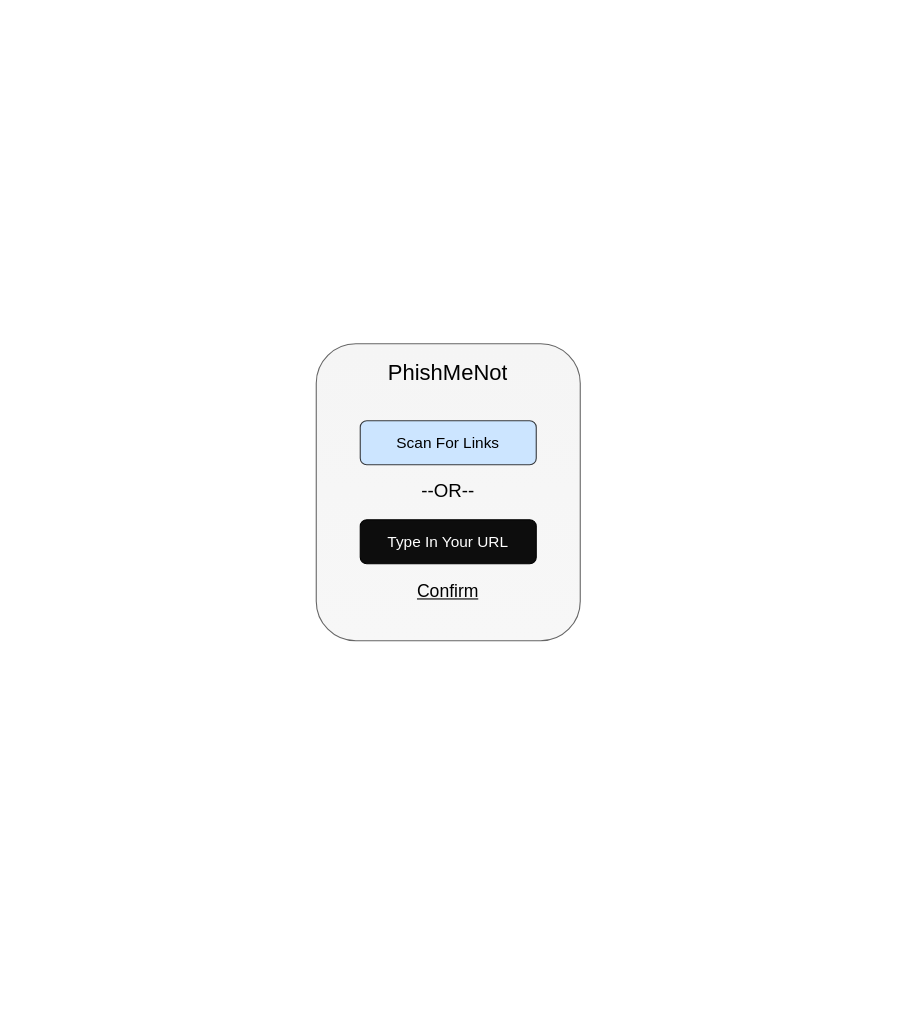
Before: Untitled Diagram.drawio in azhbbx3/PhishMeNot, a draw.io diagram. Source tidied: cells renumbered, new cells numbered last; positions are measured from the earlier drawing's top-left corner, leaving out a move shared by most shapes. Both pictures are drawn from the tidied source at 110%, with x=0, y=0 at pixel (316, 343). Pictures stored in the file or linked from it are replaced by grey dashed boxes.
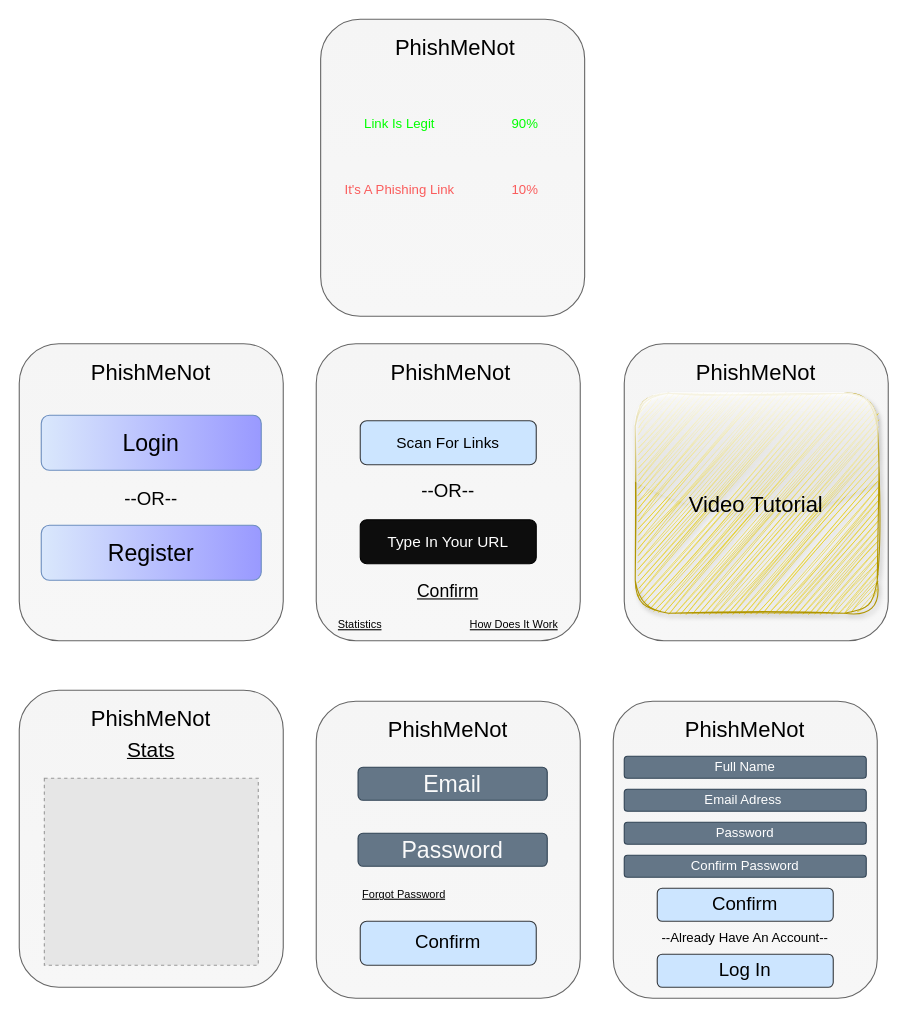
After the change.

What changed in the source:
```diff
@@
+    <mxCell id="10" style="rounded=1;whiteSpace=wrap;html=1;fillColor=#f5f5f5;gradientColor=#F7F7F7;strokeColor=#666666;" parent="1" vertex="1">
+      <mxGeometry x="270" y="325" width="240" height="270" as="geometry" />
+    </mxCell>
@@
     <mxCell id="3" value="&lt;font style=&quot;font-size: 20px;&quot;&gt;PhishMeNot&lt;/font&gt;" style="text;strokeColor=none;fillColor=none;align=center;verticalAlign=middle;spacingLeft=4;spacingRight=4;overflow=hidden;whiteSpace=wrap;html=1;" parent="1" vertex="1">
-      <mxGeometry x="55" y="10" width="130" height="30" as="geometry" />
+      <mxGeometry x="60" y="10" width="125" height="30" as="geometry" />
     </mxCell>
@@
+    <mxCell id="11" style="rounded=1;whiteSpace=wrap;html=1;fillColor=#f5f5f5;gradientColor=#F7F7F7;strokeColor=#666666;" parent="1" vertex="1">
+      <mxGeometry x="-270" width="240" height="270" as="geometry" />
+    </mxCell>
+    <mxCell id="12" value="&lt;font style=&quot;font-size: 20px;&quot;&gt;PhishMeNot&lt;/font&gt;" style="text;strokeColor=none;fillColor=none;align=center;verticalAlign=middle;spacingLeft=4;spacingRight=4;overflow=hidden;whiteSpace=wrap;html=1;" parent="1" vertex="1">
+      <mxGeometry x="-215" y="10" width="130" height="30" as="geometry" />
+    </mxCell>
+    <mxCell id="13" style="rounded=1;whiteSpace=wrap;html=1;fillColor=#dae8fc;strokeColor=#6c8ebf;gradientColor=#9999FF;gradientDirection=east;" parent="1" vertex="1">
+      <mxGeometry x="-250" y="65" width="200" height="50" as="geometry" />
+    </mxCell>
+    <mxCell id="14" value="&lt;font style=&quot;font-size: 21px;&quot;&gt;Login&lt;/font&gt;" style="text;html=1;strokeColor=none;fillColor=none;align=center;verticalAlign=middle;whiteSpace=wrap;rounded=0;" parent="1" vertex="1">
+      <mxGeometry x="-180" y="75" width="60" height="30" as="geometry" />
+    </mxCell>
+    <mxCell id="15" style="rounded=1;whiteSpace=wrap;html=1;fillColor=#dae8fc;strokeColor=#6c8ebf;gradientColor=#9999FF;gradientDirection=east;" parent="1" vertex="1">
+      <mxGeometry x="-250" y="165" width="200" height="50" as="geometry" />
+    </mxCell>
+    <mxCell id="16" value="&lt;font style=&quot;font-size: 21px;&quot;&gt;Register&lt;/font&gt;" style="text;html=1;strokeColor=none;fillColor=none;align=center;verticalAlign=middle;whiteSpace=wrap;rounded=0;" parent="1" vertex="1">
+      <mxGeometry x="-180" y="175" width="60" height="30" as="geometry" />
+    </mxCell>
+    <mxCell id="17" value="&lt;font style=&quot;font-size: 17px;&quot;&gt;--OR--&lt;/font&gt;" style="text;strokeColor=none;fillColor=none;align=center;verticalAlign=middle;spacingLeft=4;spacingRight=4;overflow=hidden;whiteSpace=wrap;html=1;" parent="1" vertex="1">
+      <mxGeometry x="-190" y="127" width="80" height="30" as="geometry" />
+    </mxCell>
+    <mxCell id="18" style="rounded=1;whiteSpace=wrap;html=1;fillColor=#f5f5f5;gradientColor=#F7F7F7;strokeColor=#666666;" parent="1" vertex="1">
+      <mxGeometry x="280" width="240" height="270" as="geometry" />
+    </mxCell>
+    <mxCell id="19" value="&lt;font style=&quot;font-size: 20px;&quot;&gt;PhishMeNot&lt;/font&gt;" style="text;strokeColor=none;fillColor=none;align=center;verticalAlign=middle;spacingLeft=4;spacingRight=4;overflow=hidden;whiteSpace=wrap;html=1;" parent="1" vertex="1">
+      <mxGeometry x="335" y="10" width="130" height="30" as="geometry" />
+    </mxCell>
+    <mxCell id="20" value="&lt;font size=&quot;1&quot; style=&quot;&quot;&gt;&lt;u style=&quot;&quot;&gt;How Does It Work&lt;/u&gt;&lt;/font&gt;" style="text;strokeColor=none;fillColor=none;align=center;verticalAlign=middle;spacingLeft=4;spacingRight=4;overflow=hidden;whiteSpace=wrap;html=1;" parent="1" vertex="1">
+      <mxGeometry x="130" y="240" width="100" height="30" as="geometry" />
+    </mxCell>
+    <mxCell id="21" value="&lt;font style=&quot;font-size: 20px;&quot;&gt;Video Tutorial&lt;/font&gt;" style="rounded=1;whiteSpace=wrap;html=1;fillColor=#e3c800;fontColor=#000000;strokeColor=#B09500;glass=1;shadow=1;sketch=1;curveFitting=1;jiggle=2;" parent="1" vertex="1">
+      <mxGeometry x="290" y="45" width="220" height="200" as="geometry" />
+    </mxCell>
+    <mxCell id="22" value="&lt;font size=&quot;1&quot; style=&quot;&quot;&gt;&lt;u style=&quot;&quot;&gt;Statistics&lt;/u&gt;&lt;/font&gt;" style="text;strokeColor=none;fillColor=none;align=center;verticalAlign=middle;spacingLeft=4;spacingRight=4;overflow=hidden;whiteSpace=wrap;html=1;" parent="1" vertex="1">
+      <mxGeometry x="-10" y="240" width="100" height="30" as="geometry" />
+    </mxCell>
+    <mxCell id="23" style="rounded=1;whiteSpace=wrap;html=1;fillColor=#f5f5f5;gradientColor=#F7F7F7;strokeColor=#666666;" parent="1" vertex="1">
+      <mxGeometry x="-270" y="315" width="240" height="270" as="geometry" />
+    </mxCell>
+    <mxCell id="24" value="&lt;font style=&quot;font-size: 20px;&quot;&gt;PhishMeNot&lt;/font&gt;" style="text;strokeColor=none;fillColor=none;align=center;verticalAlign=middle;spacingLeft=4;spacingRight=4;overflow=hidden;whiteSpace=wrap;html=1;" parent="1" vertex="1">
+      <mxGeometry x="-215" y="325" width="130" height="30" as="geometry" />
+    </mxCell>
+    <mxCell id="25" value="&lt;font style=&quot;font-size: 19px;&quot;&gt;&lt;u style=&quot;&quot;&gt;Stats&lt;/u&gt;&lt;/font&gt;" style="text;strokeColor=none;fillColor=none;align=center;verticalAlign=middle;spacingLeft=4;spacingRight=4;overflow=hidden;whiteSpace=wrap;html=1;" parent="1" vertex="1">
+      <mxGeometry x="-190" y="355" width="80" height="30" as="geometry" />
+    </mxCell>
+    <mxCell id="26" style="fillColor=#E6E6E6;strokeColor=#999999;dashed=1;verticalLabelPosition=bottom;labelBackgroundColor=default;verticalAlign=top;" parent="1" vertex="1">
+      <mxGeometry x="-247.2" y="395" width="194.5" height="170" as="geometry" />
+    </mxCell>
+    <mxCell id="27" style="rounded=1;whiteSpace=wrap;html=1;fillColor=#f5f5f5;gradientColor=#F7F7F7;strokeColor=#666666;" parent="1" vertex="1">
+      <mxGeometry y="325" width="240" height="270" as="geometry" />
+    </mxCell>
+    <mxCell id="28" value="&lt;font style=&quot;font-size: 20px;&quot;&gt;PhishMeNot&lt;/font&gt;" style="text;strokeColor=none;fillColor=none;align=center;verticalAlign=middle;spacingLeft=4;spacingRight=4;overflow=hidden;whiteSpace=wrap;html=1;" parent="1" vertex="1">
+      <mxGeometry x="55" y="335" width="130" height="30" as="geometry" />
+    </mxCell>
+    <mxCell id="29" style="rounded=1;whiteSpace=wrap;html=1;fillColor=#647687;strokeColor=#314354;gradientDirection=east;fontColor=#ffffff;" parent="1" vertex="1">
+      <mxGeometry x="38" y="385" width="172" height="30" as="geometry" />
+    </mxCell>
+    <mxCell id="30" value="&lt;font color=&quot;#fafafa&quot; style=&quot;font-size: 21px;&quot;&gt;Email&lt;/font&gt;" style="text;html=1;strokeColor=none;fillColor=none;align=center;verticalAlign=middle;whiteSpace=wrap;rounded=0;" parent="1" vertex="1">
+      <mxGeometry x="94" y="385" width="60" height="30" as="geometry" />
+    </mxCell>
+    <mxCell id="31" style="rounded=1;whiteSpace=wrap;html=1;fillColor=#647687;strokeColor=#314354;gradientDirection=east;fontColor=#ffffff;" parent="1" vertex="1">
+      <mxGeometry x="38" y="445" width="172" height="30" as="geometry" />
+    </mxCell>
+    <mxCell id="32" value="&lt;font color=&quot;#fafafa&quot; style=&quot;font-size: 21px;&quot;&gt;Password&lt;/font&gt;" style="text;html=1;strokeColor=none;fillColor=none;align=center;verticalAlign=middle;whiteSpace=wrap;rounded=0;" parent="1" vertex="1">
+      <mxGeometry x="94" y="445" width="60" height="30" as="geometry" />
+    </mxCell>
+    <mxCell id="33" value="&lt;font size=&quot;1&quot; style=&quot;&quot;&gt;&lt;u style=&quot;&quot;&gt;Forgot Password&lt;/u&gt;&lt;/font&gt;" style="text;strokeColor=none;fillColor=none;align=center;verticalAlign=middle;spacingLeft=4;spacingRight=4;overflow=hidden;whiteSpace=wrap;html=1;" parent="1" vertex="1">
+      <mxGeometry x="30" y="485" width="100" height="30" as="geometry" />
+    </mxCell>
+    <mxCell id="34" value="&lt;font style=&quot;font-size: 17px;&quot;&gt;Confirm&lt;/font&gt;" style="rounded=1;whiteSpace=wrap;html=1;fillColor=#cce5ff;strokeColor=#36393d;" parent="1" vertex="1">
+      <mxGeometry x="40" y="525" width="160" height="40" as="geometry" />
+    </mxCell>
+    <mxCell id="35" value="&lt;font style=&quot;font-size: 20px;&quot;&gt;PhishMeNot&lt;/font&gt;" style="text;strokeColor=none;fillColor=none;align=center;verticalAlign=middle;spacingLeft=4;spacingRight=4;overflow=hidden;whiteSpace=wrap;html=1;" parent="1" vertex="1">
+      <mxGeometry x="325" y="335" width="130" height="30" as="geometry" />
+    </mxCell>
+    <mxCell id="36" value="Full Name" style="rounded=1;whiteSpace=wrap;html=1;fillColor=#647687;strokeColor=#314354;gradientDirection=east;fontColor=#ffffff;" parent="1" vertex="1">
+      <mxGeometry x="280" y="375" width="220" height="20" as="geometry" />
+    </mxCell>
+    <mxCell id="37" value="&lt;font style=&quot;font-size: 17px;&quot;&gt;Confirm&lt;/font&gt;" style="rounded=1;whiteSpace=wrap;html=1;fillColor=#cce5ff;strokeColor=#36393d;" parent="1" vertex="1">
+      <mxGeometry x="310" y="495" width="160" height="30" as="geometry" />
+    </mxCell>
+    <mxCell id="38" value="Email Adress&amp;nbsp;" style="rounded=1;whiteSpace=wrap;html=1;fillColor=#647687;strokeColor=#314354;gradientDirection=east;fontColor=#ffffff;" parent="1" vertex="1">
+      <mxGeometry x="280" y="405" width="220" height="20" as="geometry" />
+    </mxCell>
+    <mxCell id="39" value="Password" style="rounded=1;whiteSpace=wrap;html=1;fillColor=#647687;strokeColor=#314354;gradientDirection=east;fontColor=#ffffff;" parent="1" vertex="1">
+      <mxGeometry x="280" y="435" width="220" height="20" as="geometry" />
+    </mxCell>
+    <mxCell id="40" value="Confirm Password" style="rounded=1;whiteSpace=wrap;html=1;fillColor=#647687;strokeColor=#314354;gradientDirection=east;fontColor=#ffffff;" parent="1" vertex="1">
+      <mxGeometry x="280" y="465" width="220" height="20" as="geometry" />
+    </mxCell>
+    <mxCell id="41" value="--Already Have An Account--" style="text;html=1;strokeColor=none;fillColor=none;align=center;verticalAlign=middle;whiteSpace=wrap;rounded=0;" parent="1" vertex="1">
+      <mxGeometry x="300" y="525" width="180" height="30" as="geometry" />
+    </mxCell>
+    <mxCell id="42" value="&lt;font style=&quot;font-size: 17px;&quot;&gt;Log In&lt;/font&gt;" style="rounded=1;whiteSpace=wrap;html=1;fillColor=#cce5ff;strokeColor=#36393d;" parent="1" vertex="1">
+      <mxGeometry x="310" y="555" width="160" height="30" as="geometry" />
+    </mxCell>
+    <mxCell id="43" style="rounded=1;whiteSpace=wrap;html=1;fillColor=#f5f5f5;gradientColor=#F7F7F7;strokeColor=#666666;" parent="1" vertex="1">
+      <mxGeometry x="4" y="-295" width="240" height="270" as="geometry" />
+    </mxCell>
+    <mxCell id="44" value="&lt;font style=&quot;font-size: 20px;&quot;&gt;PhishMeNot&lt;/font&gt;" style="text;strokeColor=none;fillColor=none;align=center;verticalAlign=middle;spacingLeft=4;spacingRight=4;overflow=hidden;whiteSpace=wrap;html=1;" parent="1" vertex="1">
+      <mxGeometry x="64" y="-285" width="125" height="30" as="geometry" />
+    </mxCell>
+    <mxCell id="45" value="&lt;font color=&quot;#00ff00&quot;&gt;Link Is Legit&lt;/font&gt;" style="text;html=1;strokeColor=none;fillColor=none;align=center;verticalAlign=middle;whiteSpace=wrap;rounded=0;" parent="1" vertex="1">
+      <mxGeometry x="26" y="-215" width="100" height="30" as="geometry" />
+    </mxCell>
+    <mxCell id="46" value="&lt;font color=&quot;#fa5c5c&quot;&gt;It's A Phishing Link&lt;/font&gt;" style="text;html=1;strokeColor=none;fillColor=none;align=center;verticalAlign=middle;whiteSpace=wrap;rounded=0;" parent="1" vertex="1">
+      <mxGeometry x="20" y="-155" width="112" height="30" as="geometry" />
+    </mxCell>
+    <mxCell id="47" value="&lt;font color=&quot;#00ff00&quot;&gt;90%&lt;/font&gt;" style="text;html=1;strokeColor=none;fillColor=none;align=center;verticalAlign=middle;whiteSpace=wrap;rounded=0;" parent="1" vertex="1">
+      <mxGeometry x="140" y="-215" width="100" height="30" as="geometry" />
+    </mxCell>
+    <mxCell id="48" value="&lt;font color=&quot;#fa5c5c&quot;&gt;10%&lt;/font&gt;" style="text;html=1;strokeColor=none;fillColor=none;align=center;verticalAlign=middle;whiteSpace=wrap;rounded=0;" parent="1" vertex="1">
+      <mxGeometry x="140" y="-155" width="100" height="30" as="geometry" />
+    </mxCell>
```
